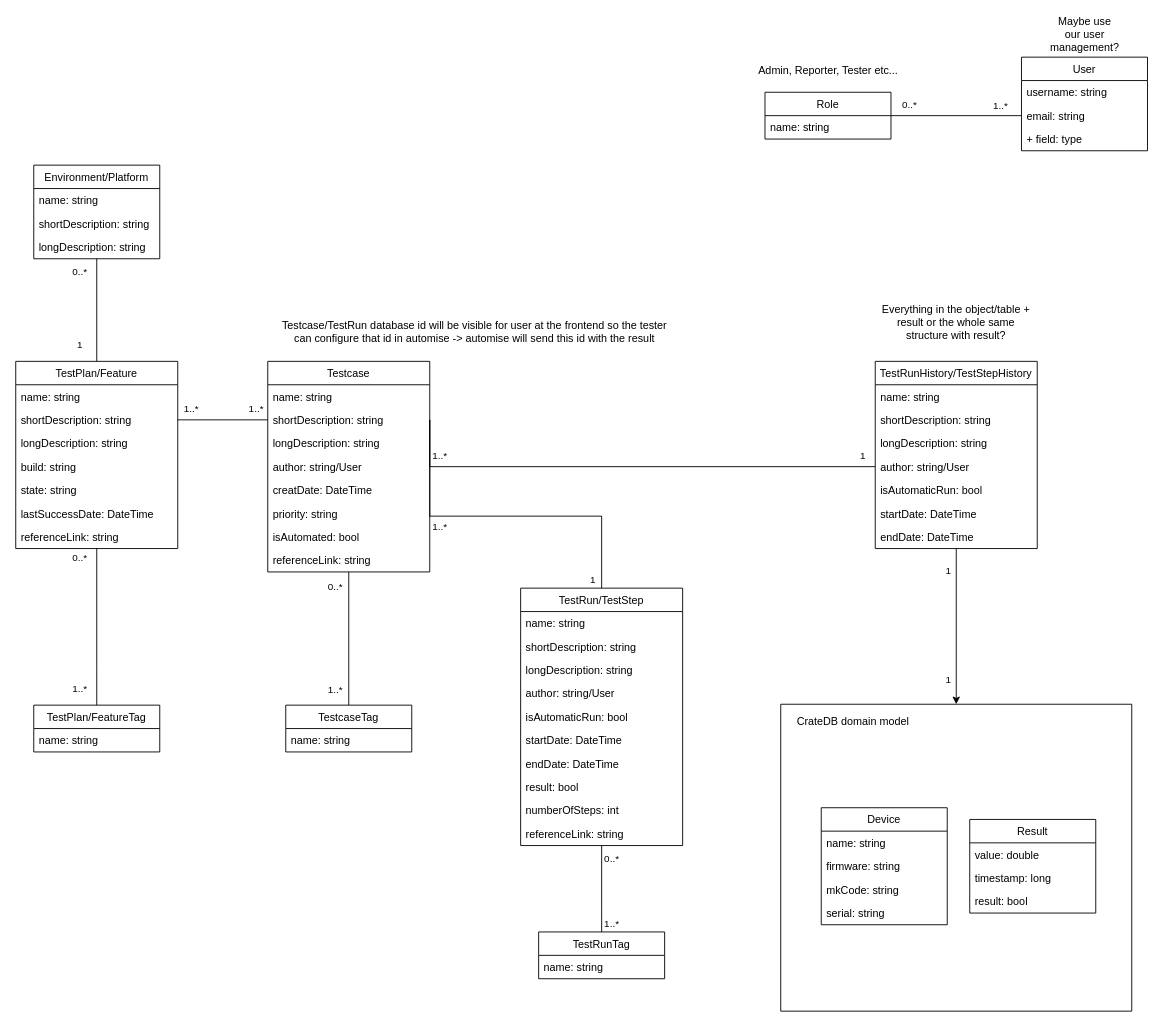
Earlier version of the draw.io diagram Misc/DrawIO/TCMS_DomainModel.drawio (iiNomad23/FHV_BachelorThesis). Source tidied: cells renumbered, new cells numbered last; positions are measured from the earlier drawing's top-left corner, leaving out a move shared by most shapes. Both pictures are drawn from the tidied source at 90%, with x=0, y=0 at pixel (15, 21).
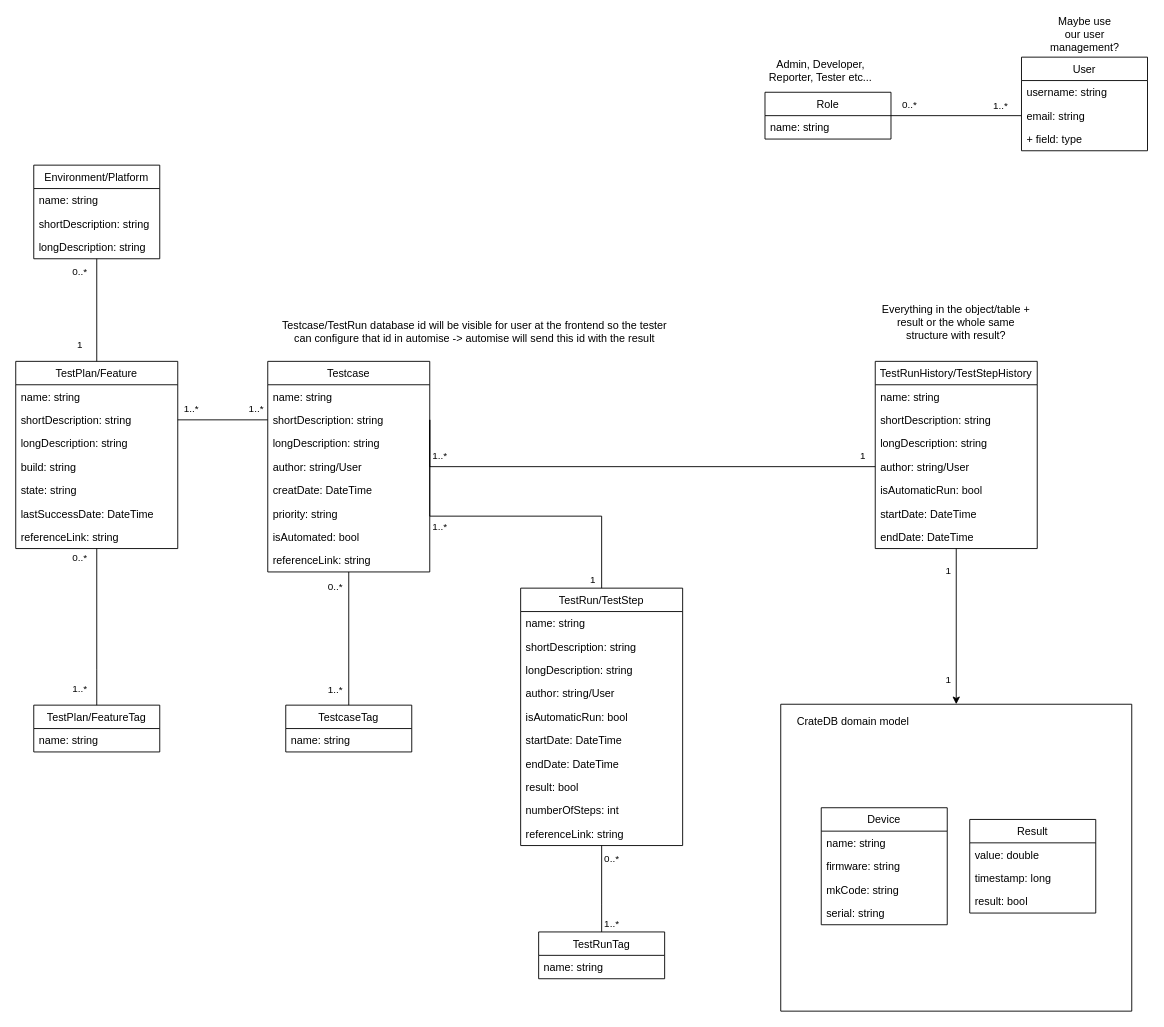
The same diagram, later.

What changed in the source:
```diff
@@
-    <mxCell id="93" value="Admin, Reporter, Tester etc..." style="text;html=1;strokeColor=none;fillColor=none;align=center;verticalAlign=middle;whiteSpace=wrap;rounded=0;" parent="1" vertex="1">
-      <mxGeometry x="818.8" y="40" width="167.5" height="30" as="geometry" />
+    <mxCell id="93" value="Admin, Developer, Reporter, Tester etc..." style="text;html=1;strokeColor=none;fillColor=none;align=center;verticalAlign=middle;whiteSpace=wrap;rounded=0;" parent="1" vertex="1">
+      <mxGeometry x="818.8" y="40" width="151.2" height="30" as="geometry" />
     </mxCell>
```
